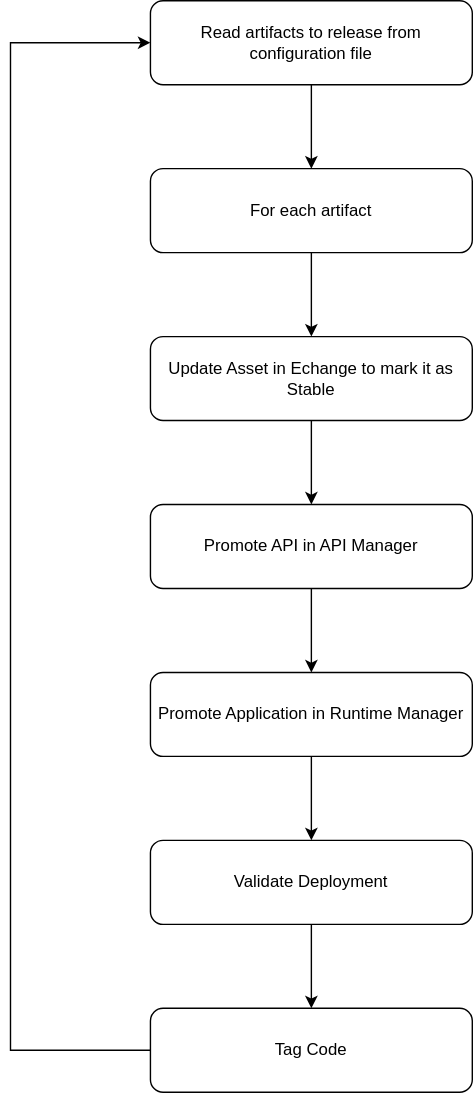
This is architecture/diagrams/ci-cd-design/release.svg from RideXpress/docs, a draw.io export, as it was before one commit. Source tidied: cells renumbered, new cells last; positions are measured from the earlier drawing's top-left corner, leaving out a move shared by most shapes.
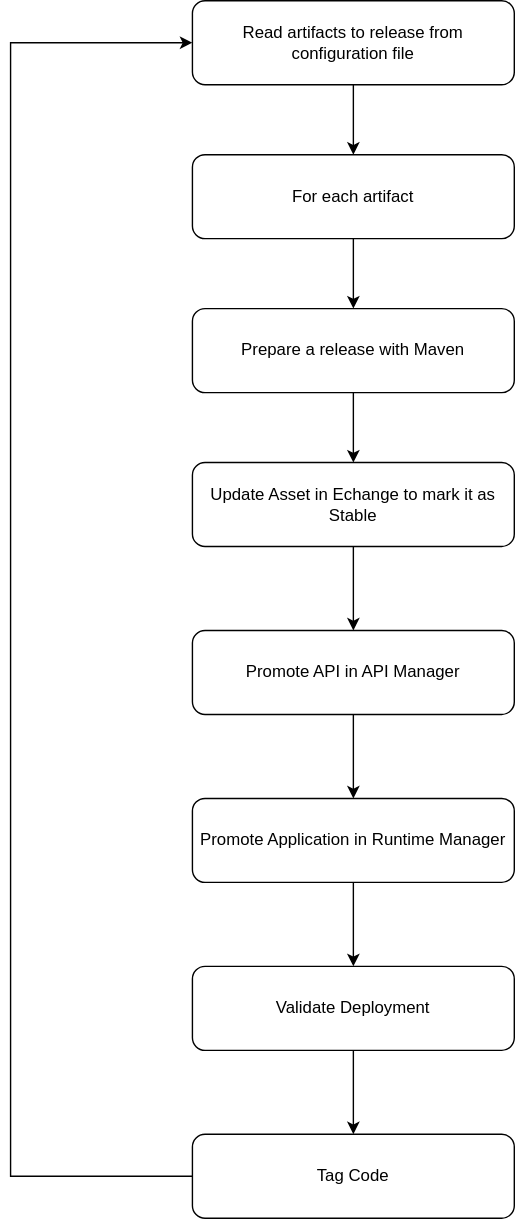
The same file after the commit.

Commit message:
A field was added in release

What changed in the source:
```diff
@@ -6,13 +6,13 @@
       <mxGeometry relative="1" as="geometry" />
     </mxCell>
     <mxCell id="3" value="Read artifacts to release from configuration file" style="rounded=1;whiteSpace=wrap;html=1;" parent="1" vertex="1">
-      <mxGeometry x="100" width="230" height="60" as="geometry" />
+      <mxGeometry x="100" y="-90" width="230" height="60" as="geometry" />
     </mxCell>
-    <mxCell id="4" style="edgeStyle=orthogonalEdgeStyle;rounded=0;jettySize=auto;html=1;entryX=0.5;entryY=0;entryDx=0;entryDy=0;" parent="1" edge="1" source="5" target="7">
-      <mxGeometry relative="1" as="geometry" />
-    </mxCell>
+    <mxCell id="16" style="edgeStyle=orthogonalEdgeStyle;rounded=0;jettySize=auto;html=1;entryX=0.5;entryY=0;entryDx=0;entryDy=0;" parent="1" edge="1" source="5" target="18">
+      <mxGeometry relative="1" as="geometry" />
+    </mxCell>
     <mxCell id="5" value="For each artifact" style="rounded=1;whiteSpace=wrap;html=1;" parent="1" vertex="1">
-      <mxGeometry x="100" y="120" width="230" height="60" as="geometry" />
+      <mxGeometry x="100" y="20" width="230" height="60" as="geometry" />
     </mxCell>
     <mxCell id="6" style="edgeStyle=orthogonalEdgeStyle;rounded=0;jettySize=auto;html=1;entryX=0.5;entryY=0;entryDx=0;entryDy=0;" parent="1" edge="1" source="7" target="9">
       <mxGeometry relative="1" as="geometry" />
@@ -41,13 +41,19 @@
     <mxCell id="14" style="edgeStyle=orthogonalEdgeStyle;rounded=0;jettySize=auto;html=1;entryX=0;entryY=0.5;entryDx=0;entryDy=0;" parent="1" edge="1" source="15" target="3">
       <mxGeometry relative="1" as="geometry">
         <Array as="points">
-          <mxPoint y="750" />
-          <mxPoint y="30" />
+          <mxPoint x="-30" y="750" />
+          <mxPoint x="-30" y="-60" />
         </Array>
       </mxGeometry>
     </mxCell>
     <mxCell id="15" value="Tag Code" style="rounded=1;whiteSpace=wrap;html=1;" parent="1" vertex="1">
       <mxGeometry x="100" y="720" width="230" height="60" as="geometry" />
     </mxCell>
+    <mxCell id="17" style="edgeStyle=orthogonalEdgeStyle;rounded=0;jettySize=auto;html=1;entryX=0.5;entryY=0;entryDx=0;entryDy=0;" parent="1" edge="1" source="18" target="7">
+      <mxGeometry relative="1" as="geometry" />
+    </mxCell>
+    <mxCell id="18" value="Prepare a release with Maven" style="rounded=1;whiteSpace=wrap;html=1;" parent="1" vertex="1">
+      <mxGeometry x="100" y="130" width="230" height="60" as="geometry" />
+    </mxCell>
   </root>
 </mxGraphModel>
```
